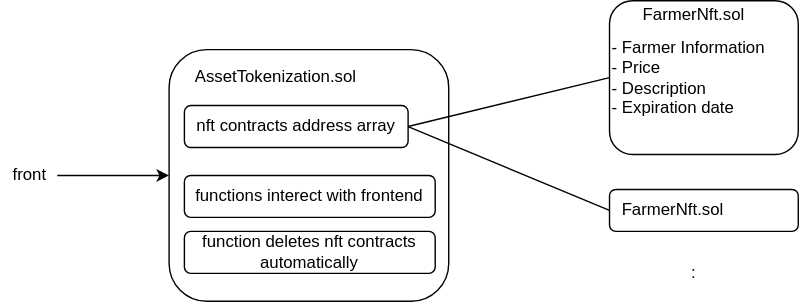
Earlier version of the draw.io export contract/overview.drawio.svg (unchain-tech/AVAX-Asset-Tokenization). Source tidied: cells renumbered, new cells last; positions are measured from the earlier drawing's top-left corner, leaving out a move shared by most shapes.
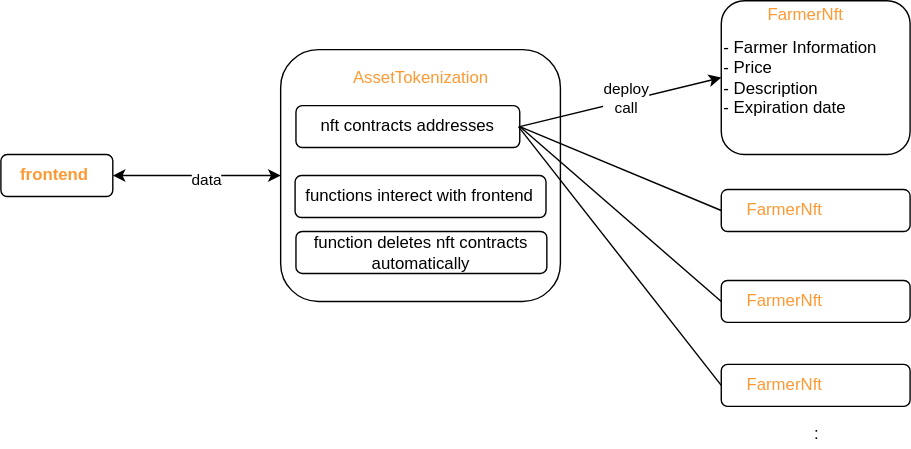
After the change.

Diff of the diagram source:
```diff
@@ -3,46 +3,77 @@
     <mxCell id="0" />
     <mxCell id="1" parent="0" />
     <mxCell id="2" style="rounded=1;whiteSpace=wrap;html=1;" parent="1" vertex="1">
-      <mxGeometry x="120" y="35" width="200" height="180" as="geometry" />
+      <mxGeometry x="230" y="55" width="200" height="180" as="geometry" />
     </mxCell>
-    <mxCell id="3" value="AssetTokenization.sol" style="text;html=1;align=center;verticalAlign=middle;strokeColor=none;fillColor=default;" parent="1" vertex="1">
-      <mxGeometry x="130.9" y="45" width="130" height="20" as="geometry" />
+    <mxCell id="3" value="&lt;font color=&quot;#ff9933&quot;&gt;AssetTokenization&lt;/font&gt;" style="text;html=1;align=center;verticalAlign=middle;strokeColor=none;fillColor=default;" parent="1" vertex="1">
+      <mxGeometry x="275" y="65" width="110" height="20" as="geometry" />
     </mxCell>
-    <mxCell id="4" value="nft contracts address array" style="rounded=1;whiteSpace=wrap;html=1;align=center;" parent="1" vertex="1">
-      <mxGeometry x="130.9" y="75" width="160" height="30" as="geometry" />
+    <mxCell id="4" value="nft contracts addresses" style="rounded=1;whiteSpace=wrap;html=1;align=center;" parent="1" vertex="1">
+      <mxGeometry x="240.9" y="95" width="160" height="30" as="geometry" />
     </mxCell>
     <mxCell id="5" style="edgeStyle=none;html=1;entryX=1;entryY=0.5;entryDx=0;entryDy=0;startArrow=none;startFill=0;endArrow=none;endFill=0;exitX=0;exitY=0.5;exitDx=0;exitDy=0;" parent="1" edge="1" source="6" target="4">
       <mxGeometry relative="1" as="geometry" />
     </mxCell>
     <mxCell id="6" style="rounded=1;whiteSpace=wrap;html=1;align=left;" parent="1" vertex="1">
-      <mxGeometry x="435" y="135" width="135" height="30" as="geometry" />
+      <mxGeometry x="545" y="155" width="135" height="30" as="geometry" />
     </mxCell>
-    <mxCell id="7" style="edgeStyle=none;html=1;startArrow=none;startFill=0;endArrow=none;endFill=0;exitX=0;exitY=0.5;exitDx=0;exitDy=0;entryX=1;entryY=0.5;entryDx=0;entryDy=0;" parent="1" edge="1" source="8" target="4">
+    <mxCell id="7" style="edgeStyle=none;html=1;startArrow=classic;startFill=1;endArrow=none;endFill=0;exitX=0;exitY=0.5;exitDx=0;exitDy=0;entryX=1;entryY=0.5;entryDx=0;entryDy=0;" parent="1" edge="1" source="8" target="4">
       <mxGeometry relative="1" as="geometry" />
     </mxCell>
+    <mxCell id="16" value="deploy&lt;br&gt;call" style="edgeLabel;html=1;align=center;verticalAlign=middle;" parent="7" vertex="1">
+      <mxGeometry x="-0.06" y="-3" relative="1" as="geometry">
+        <mxPoint y="1" as="offset" />
+      </mxGeometry>
+    </mxCell>
     <mxCell id="8" value="&lt;span&gt;- Farmer Information&lt;/span&gt;&lt;br&gt;&lt;span&gt;- Price&lt;br&gt;&lt;/span&gt;&lt;div&gt;- Description&lt;/div&gt;&lt;span&gt;- Expiration date&lt;/span&gt;" style="rounded=1;whiteSpace=wrap;html=1;align=left;" parent="1" vertex="1">
-      <mxGeometry x="435" width="135" height="110" as="geometry" />
+      <mxGeometry x="545" y="20" width="135" height="110" as="geometry" />
     </mxCell>
-    <mxCell id="9" value="FarmerNft.sol" style="text;html=1;align=center;verticalAlign=middle;strokeColor=none;fillColor=none;" parent="1" vertex="1">
-      <mxGeometry x="450" width="90" height="20" as="geometry" />
+    <mxCell id="9" value="FarmerNft" style="text;html=1;align=center;verticalAlign=middle;strokeColor=none;fillColor=none;fontColor=#FF9933;" parent="1" vertex="1">
+      <mxGeometry x="570" y="20" width="70" height="20" as="geometry" />
     </mxCell>
     <mxCell id="10" value=":" style="text;html=1;align=center;verticalAlign=middle;strokeColor=none;fillColor=none;" parent="1" vertex="1">
-      <mxGeometry x="485" y="185" width="20" height="20" as="geometry" />
+      <mxGeometry x="602.5" y="320" width="20" height="20" as="geometry" />
     </mxCell>
     <mxCell id="11" value="functions interect with frontend" style="rounded=1;whiteSpace=wrap;html=1;align=center;" parent="1" vertex="1">
-      <mxGeometry x="130.9" y="125" width="179.4" height="30" as="geometry" />
+      <mxGeometry x="240.3" y="145" width="179.4" height="30" as="geometry" />
     </mxCell>
     <mxCell id="12" value="function deletes nft contracts automatically" style="rounded=1;whiteSpace=wrap;html=1;align=center;" parent="1" vertex="1">
-      <mxGeometry x="130.9" y="165" width="179.4" height="30" as="geometry" />
+      <mxGeometry x="240.9" y="185" width="179.4" height="30" as="geometry" />
     </mxCell>
-    <mxCell id="13" value="FarmerNft.sol" style="text;html=1;align=center;verticalAlign=middle;strokeColor=none;fillColor=none;" parent="1" vertex="1">
-      <mxGeometry x="435" y="140" width="90" height="20" as="geometry" />
+    <mxCell id="13" value="FarmerNft" style="text;html=1;align=center;verticalAlign=middle;strokeColor=none;fillColor=none;fontColor=#FF9933;" parent="1" vertex="1">
+      <mxGeometry x="555" y="160" width="70" height="20" as="geometry" />
     </mxCell>
-    <mxCell id="14" style="edgeStyle=none;html=1;entryX=0;entryY=0.5;entryDx=0;entryDy=0;" parent="1" edge="1" source="15" target="2">
-      <mxGeometry relative="1" as="geometry" />
-    </mxCell>
-    <mxCell id="15" value="front" style="text;html=1;align=center;verticalAlign=middle;points=[];strokeColor=none;fillColor=none;" parent="1" vertex="1">
-      <mxGeometry y="115" width="40" height="20" as="geometry" />
-    </mxCell>
+    <mxCell id="17" style="rounded=1;whiteSpace=wrap;html=1;align=left;" parent="1" vertex="1">
+      <mxGeometry x="545" y="220" width="135" height="30" as="geometry" />
+    </mxCell>
+    <mxCell id="18" style="edgeStyle=none;html=1;entryX=1;entryY=0.5;entryDx=0;entryDy=0;startArrow=none;startFill=0;endArrow=none;endFill=0;exitX=0;exitY=0.5;exitDx=0;exitDy=0;" parent="1" edge="1" source="17" target="4">
+      <mxGeometry relative="1" as="geometry" />
+    </mxCell>
+    <mxCell id="19" value="FarmerNft" style="text;html=1;align=center;verticalAlign=middle;strokeColor=none;fillColor=none;fontColor=#FF9933;" parent="1" vertex="1">
+      <mxGeometry x="555" y="225" width="70" height="20" as="geometry" />
+    </mxCell>
+    <mxCell id="20" style="edgeStyle=none;html=1;fontColor=#FF9933;startArrow=none;startFill=0;endArrow=none;endFill=0;exitX=0;exitY=0.5;exitDx=0;exitDy=0;" parent="1" edge="1" source="21">
+      <mxGeometry relative="1" as="geometry">
+        <mxPoint x="400" y="110" as="targetPoint" />
+      </mxGeometry>
+    </mxCell>
+    <mxCell id="21" style="rounded=1;whiteSpace=wrap;html=1;align=left;" parent="1" vertex="1">
+      <mxGeometry x="545" y="280" width="135" height="30" as="geometry" />
+    </mxCell>
+    <mxCell id="22" value="FarmerNft" style="text;html=1;align=center;verticalAlign=middle;strokeColor=none;fillColor=none;fontColor=#FF9933;" parent="1" vertex="1">
+      <mxGeometry x="555" y="285" width="70" height="20" as="geometry" />
+    </mxCell>
+    <mxCell id="23" style="edgeStyle=none;html=1;entryX=0;entryY=0.5;entryDx=0;entryDy=0;startArrow=classic;startFill=1;" parent="1" edge="1" source="25" target="2">
+      <mxGeometry relative="1" as="geometry" />
+    </mxCell>
+    <mxCell id="24" value="data" style="edgeLabel;html=1;align=center;verticalAlign=middle;" parent="23" vertex="1">
+      <mxGeometry x="0.11" y="-3" relative="1" as="geometry" />
+    </mxCell>
+    <mxCell id="25" style="rounded=1;whiteSpace=wrap;html=1;align=left;" parent="1" vertex="1">
+      <mxGeometry x="30" y="130" width="80" height="30" as="geometry" />
+    </mxCell>
+    <mxCell id="26" value="&lt;b&gt;&lt;font color=&quot;#ff9933&quot;&gt;frontend&lt;/font&gt;&lt;/b&gt;" style="text;html=1;align=center;verticalAlign=middle;strokeColor=none;fillColor=none;" parent="1" vertex="1">
+      <mxGeometry x="37.5" y="135" width="60" height="20" as="geometry" />
+    </mxCell>
   </root>
 </mxGraphModel>
```
